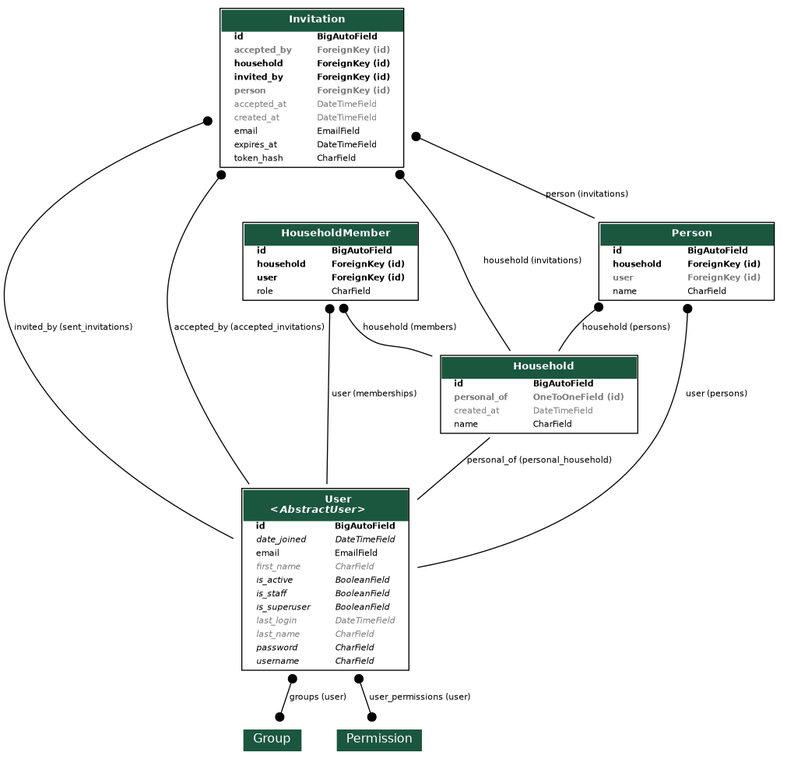
The Graphviz diagram docs/model/schema.png in AxineTeam/tout-pris-api, before a commit. Its source is kept beside it as docs/model/schema.dot.
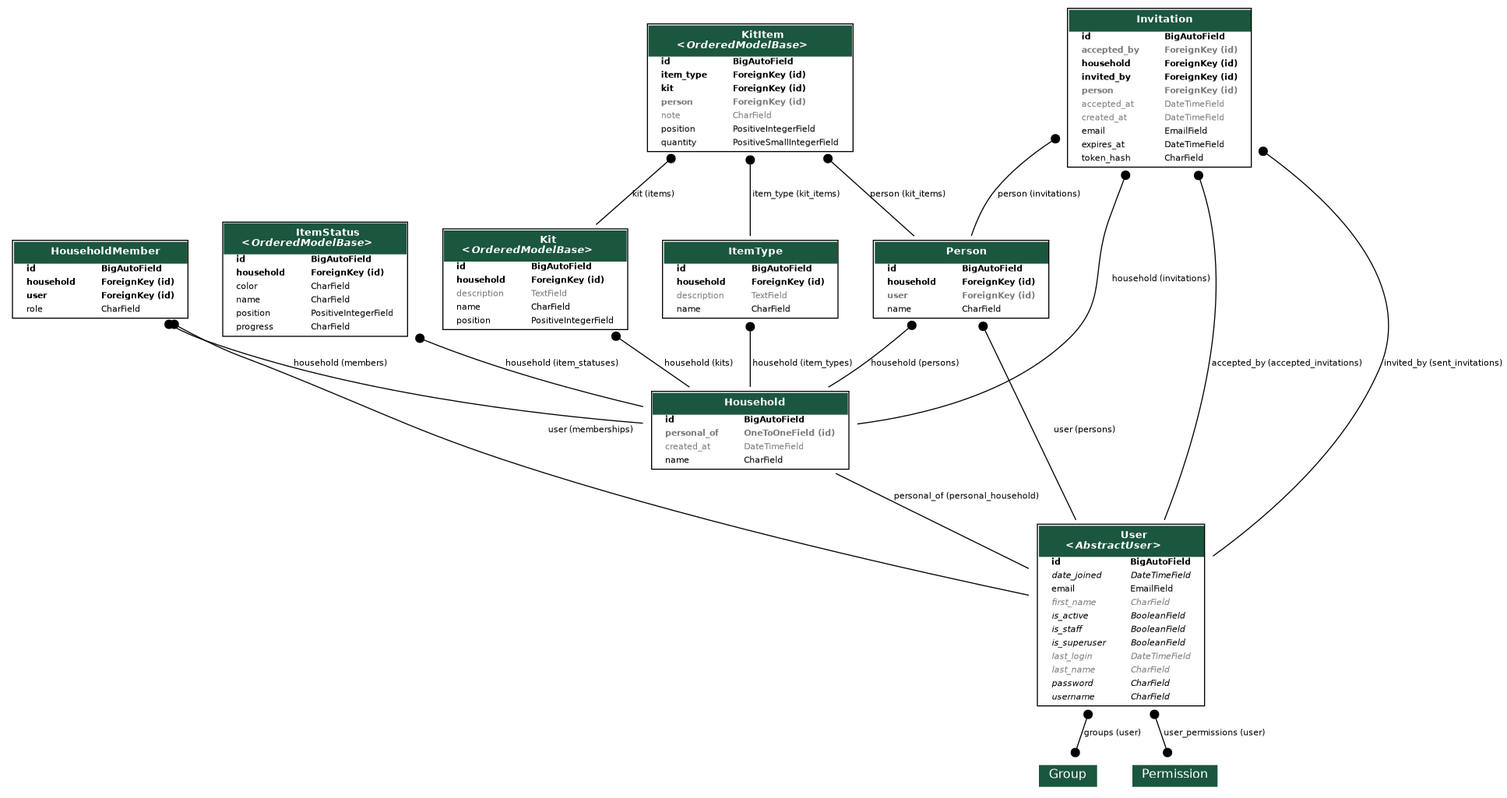
After the commit.

Commit message:
Document the catalog and put it on the schema diagram

Change to the diagram source:
```diff
@@ -339,6 +339,225 @@
 
 
 
+  catalog_models_ItemType [label=<
+    <TABLE BGCOLOR="white" BORDER="1" CELLBORDER="0" CELLSPACING="0">
+    <TR><TD COLSPAN="2" CELLPADDING="5" ALIGN="CENTER" BGCOLOR="#1b563f">
+    <FONT FACE="Roboto" COLOR="white" POINT-SIZE="10"><B>
+    ItemType
+    </B></FONT></TD></TR>
+
+
+    <TR><TD ALIGN="LEFT" BORDER="0">
+    <FONT FACE="Roboto"><B>id</B></FONT>
+    </TD><TD ALIGN="LEFT">
+    <FONT FACE="Roboto"><B>BigAutoField</B></FONT>
+    </TD></TR>
+
+
+
+    <TR><TD ALIGN="LEFT" BORDER="0">
+    <FONT FACE="Roboto"><B>household</B></FONT>
+    </TD><TD ALIGN="LEFT">
+    <FONT FACE="Roboto"><B>ForeignKey (id)</B></FONT>
+    </TD></TR>
+
+
+
+    <TR><TD ALIGN="LEFT" BORDER="0">
+    <FONT COLOR="#7B7B7B" FACE="Roboto">description</FONT>
+    </TD><TD ALIGN="LEFT">
+    <FONT COLOR="#7B7B7B" FACE="Roboto">TextField</FONT>
+    </TD></TR>
+
+
+
+    <TR><TD ALIGN="LEFT" BORDER="0">
+    <FONT FACE="Roboto">name</FONT>
+    </TD><TD ALIGN="LEFT">
+    <FONT FACE="Roboto">CharField</FONT>
+    </TD></TR>
+
+
+    </TABLE>
+    >]
+
+  catalog_models_ItemStatus [label=<
+    <TABLE BGCOLOR="white" BORDER="1" CELLBORDER="0" CELLSPACING="0">
+    <TR><TD COLSPAN="2" CELLPADDING="5" ALIGN="CENTER" BGCOLOR="#1b563f">
+    <FONT FACE="Roboto" COLOR="white" POINT-SIZE="10"><B>
+    ItemStatus<BR/>&lt;<FONT FACE="Roboto"><I>OrderedModelBase</I></FONT>&gt;
+    </B></FONT></TD></TR>
+
+
+    <TR><TD ALIGN="LEFT" BORDER="0">
+    <FONT FACE="Roboto"><B>id</B></FONT>
+    </TD><TD ALIGN="LEFT">
+    <FONT FACE="Roboto"><B>BigAutoField</B></FONT>
+    </TD></TR>
+
+
+
+    <TR><TD ALIGN="LEFT" BORDER="0">
+    <FONT FACE="Roboto"><B>household</B></FONT>
+    </TD><TD ALIGN="LEFT">
+    <FONT FACE="Roboto"><B>ForeignKey (id)</B></FONT>
+    </TD></TR>
+
+
+
+    <TR><TD ALIGN="LEFT" BORDER="0">
+    <FONT FACE="Roboto">color</FONT>
+    </TD><TD ALIGN="LEFT">
+    <FONT FACE="Roboto">CharField</FONT>
+    </TD></TR>
+
+
+
+    <TR><TD ALIGN="LEFT" BORDER="0">
+    <FONT FACE="Roboto">name</FONT>
+    </TD><TD ALIGN="LEFT">
+    <FONT FACE="Roboto">CharField</FONT>
+    </TD></TR>
+
+
+
+    <TR><TD ALIGN="LEFT" BORDER="0">
+    <FONT FACE="Roboto">position</FONT>
+    </TD><TD ALIGN="LEFT">
+    <FONT FACE="Roboto">PositiveIntegerField</FONT>
+    </TD></TR>
+
+
+
+    <TR><TD ALIGN="LEFT" BORDER="0">
+    <FONT FACE="Roboto">progress</FONT>
+    </TD><TD ALIGN="LEFT">
+    <FONT FACE="Roboto">CharField</FONT>
+    </TD></TR>
+
+
+    </TABLE>
+    >]
+
+  catalog_models_Kit [label=<
+    <TABLE BGCOLOR="white" BORDER="1" CELLBORDER="0" CELLSPACING="0">
+    <TR><TD COLSPAN="2" CELLPADDING="5" ALIGN="CENTER" BGCOLOR="#1b563f">
+    <FONT FACE="Roboto" COLOR="white" POINT-SIZE="10"><B>
+    Kit<BR/>&lt;<FONT FACE="Roboto"><I>OrderedModelBase</I></FONT>&gt;
+    </B></FONT></TD></TR>
+
+
+    <TR><TD ALIGN="LEFT" BORDER="0">
+    <FONT FACE="Roboto"><B>id</B></FONT>
+    </TD><TD ALIGN="LEFT">
+    <FONT FACE="Roboto"><B>BigAutoField</B></FONT>
+    </TD></TR>
+
+
+
+    <TR><TD ALIGN="LEFT" BORDER="0">
+    <FONT FACE="Roboto"><B>household</B></FONT>
+    </TD><TD ALIGN="LEFT">
+    <FONT FACE="Roboto"><B>ForeignKey (id)</B></FONT>
+    </TD></TR>
+
+
+
+    <TR><TD ALIGN="LEFT" BORDER="0">
+    <FONT COLOR="#7B7B7B" FACE="Roboto">description</FONT>
+    </TD><TD ALIGN="LEFT">
+    <FONT COLOR="#7B7B7B" FACE="Roboto">TextField</FONT>
+    </TD></TR>
+
+
+
+    <TR><TD ALIGN="LEFT" BORDER="0">
+    <FONT FACE="Roboto">name</FONT>
+    </TD><TD ALIGN="LEFT">
+    <FONT FACE="Roboto">CharField</FONT>
+    </TD></TR>
+
+
+
+    <TR><TD ALIGN="LEFT" BORDER="0">
+    <FONT FACE="Roboto">position</FONT>
+    </TD><TD ALIGN="LEFT">
+    <FONT FACE="Roboto">PositiveIntegerField</FONT>
+    </TD></TR>
+
+
+    </TABLE>
+    >]
+
+  catalog_models_KitItem [label=<
+    <TABLE BGCOLOR="white" BORDER="1" CELLBORDER="0" CELLSPACING="0">
+    <TR><TD COLSPAN="2" CELLPADDING="5" ALIGN="CENTER" BGCOLOR="#1b563f">
+    <FONT FACE="Roboto" COLOR="white" POINT-SIZE="10"><B>
+    KitItem<BR/>&lt;<FONT FACE="Roboto"><I>OrderedModelBase</I></FONT>&gt;
+    </B></FONT></TD></TR>
+
+
+    <TR><TD ALIGN="LEFT" BORDER="0">
+    <FONT FACE="Roboto"><B>id</B></FONT>
+    </TD><TD ALIGN="LEFT">
+    <FONT FACE="Roboto"><B>BigAutoField</B></FONT>
+    </TD></TR>
+
+
+
+    <TR><TD ALIGN="LEFT" BORDER="0">
+    <FONT FACE="Roboto"><B>item_type</B></FONT>
+    </TD><TD ALIGN="LEFT">
+    <FONT FACE="Roboto"><B>ForeignKey (id)</B></FONT>
+    </TD></TR>
+
+
+
+    <TR><TD ALIGN="LEFT" BORDER="0">
+    <FONT FACE="Roboto"><B>kit</B></FONT>
+    </TD><TD ALIGN="LEFT">
+    <FONT FACE="Roboto"><B>ForeignKey (id)</B></FONT>
+    </TD></TR>
+
+
+
+    <TR><TD ALIGN="LEFT" BORDER="0">
+    <FONT COLOR="#7B7B7B" FACE="Roboto"><B>person</B></FONT>
+    </TD><TD ALIGN="LEFT">
+    <FONT COLOR="#7B7B7B" FACE="Roboto"><B>ForeignKey (id)</B></FONT>
+    </TD></TR>
+
+
+
+    <TR><TD ALIGN="LEFT" BORDER="0">
+    <FONT COLOR="#7B7B7B" FACE="Roboto">note</FONT>
+    </TD><TD ALIGN="LEFT">
+    <FONT COLOR="#7B7B7B" FACE="Roboto">CharField</FONT>
+    </TD></TR>
+
+
+
+    <TR><TD ALIGN="LEFT" BORDER="0">
+    <FONT FACE="Roboto">position</FONT>
+    </TD><TD ALIGN="LEFT">
+    <FONT FACE="Roboto">PositiveIntegerField</FONT>
+    </TD></TR>
+
+
+
+    <TR><TD ALIGN="LEFT" BORDER="0">
+    <FONT FACE="Roboto">quantity</FONT>
+    </TD><TD ALIGN="LEFT">
+    <FONT FACE="Roboto">PositiveSmallIntegerField</FONT>
+    </TD></TR>
+
+
+    </TABLE>
+    >]
+
+
+
+
   django_contrib_auth_models_Group [label=<
   <TABLE BGCOLOR="white" BORDER="0" CELLBORDER="0" CELLSPACING="0">
   <TR><TD COLSPAN="2" CELLPADDING="4" ALIGN="CENTER" BGCOLOR="#1b563f">
@@ -387,4 +606,23 @@
   [label=" accepted_by (accepted_invitations)"] [arrowhead=none, arrowtail=dot, dir=both];
 
 
+  catalog_models_ItemType -> households_models_Household
+  [label=" household (item_types)"] [arrowhead=none, arrowtail=dot, dir=both];
+
+  catalog_models_ItemStatus -> households_models_Household
+  [label=" household (item_statuses)"] [arrowhead=none, arrowtail=dot, dir=both];
+
+  catalog_models_Kit -> households_models_Household
+  [label=" household (kits)"] [arrowhead=none, arrowtail=dot, dir=both];
+
+  catalog_models_KitItem -> catalog_models_Kit
+  [label=" kit (items)"] [arrowhead=none, arrowtail=dot, dir=both];
+
+  catalog_models_KitItem -> catalog_models_ItemType
+  [label=" item_type (kit_items)"] [arrowhead=none, arrowtail=dot, dir=both];
+
+  catalog_models_KitItem -> households_models_Person
+  [label=" person (kit_items)"] [arrowhead=none, arrowtail=dot, dir=both];
+
+
 }
```
